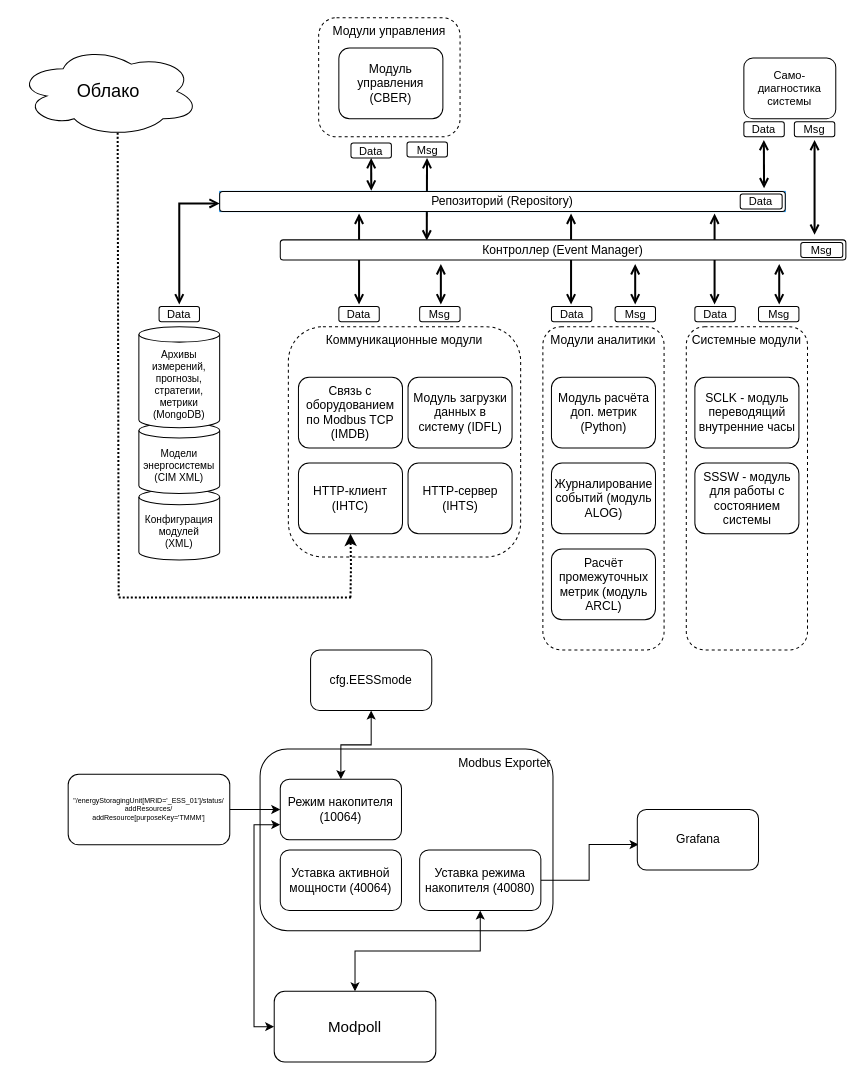
Earlier version of the draw.io diagram AMIGO.drawio (Randyrofed/DrawIO). Source tidied: cells renumbered, new cells numbered last; positions are measured from the earlier drawing's top-left corner, leaving out a move shared by most shapes. Both pictures are drawn from the tidied source at 101%, with x=0, y=0 at pixel (17, 17).
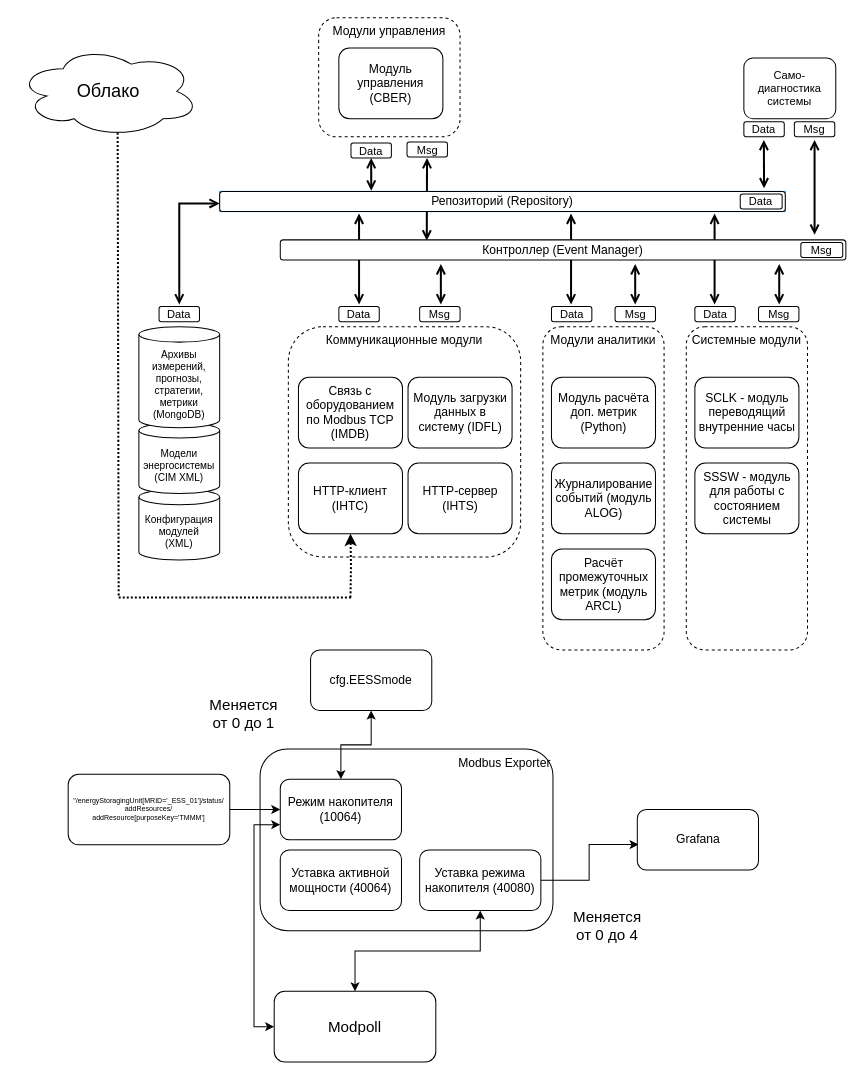
The same page after the edit.

Diff of the diagram source:
```diff
@@
+    <mxCell id="64" value="Меняется от 0 до 4" style="text;html=1;strokeColor=none;fillColor=none;align=center;verticalAlign=middle;whiteSpace=wrap;rounded=0;fontSize=15;" parent="1" vertex="1">
+      <mxGeometry x="554" y="884" width="60" height="30" as="geometry" />
+    </mxCell>
+    <mxCell id="65" value="Меняется от 0 до 1" style="text;html=1;strokeColor=none;fillColor=none;align=center;verticalAlign=middle;whiteSpace=wrap;rounded=0;fontSize=15;" parent="1" vertex="1">
+      <mxGeometry x="194" y="674" width="60" height="30" as="geometry" />
+    </mxCell>
```
